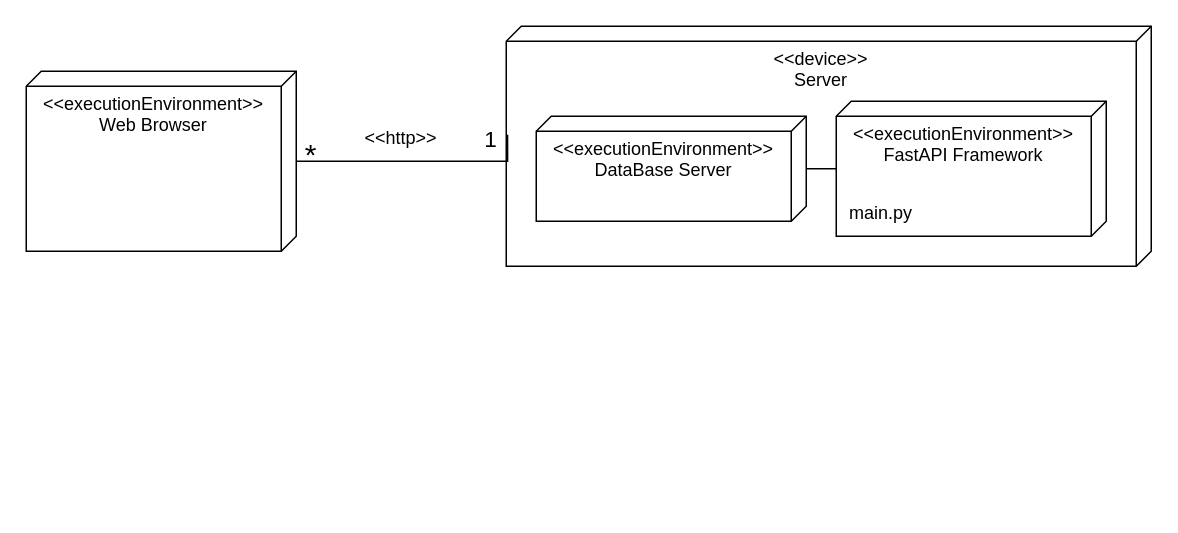
Above: page "развертывания" (10 of 10) of 4 лаба (2).drawio in Encorsio23/OOAPGovorovMikhailitsinMuslimov (draw.io), before the change. Source tidied: cells renumbered, new cells numbered last; positions are measured from the earlier drawing's top-left corner, leaving out a move shared by most shapes. Both pictures are drawn from the tidied source at 150%, with x=0, y=0 at pixel (26, 26).
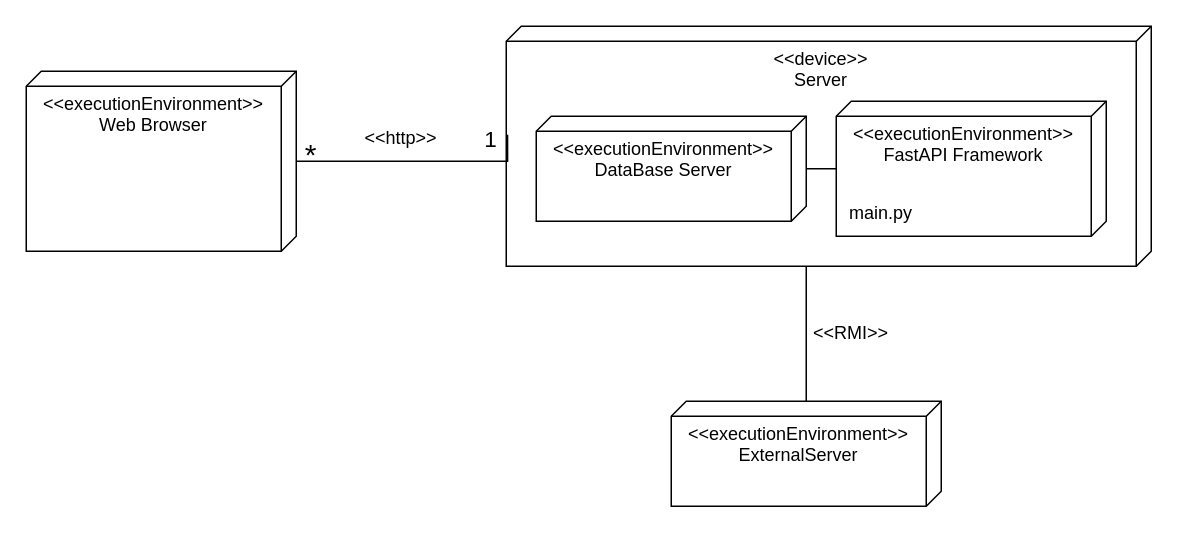
After the change.

Diff of the diagram source:
```diff
@@
 <mxGraphModel>
   <root>
     <mxCell id="0" />
     <mxCell id="1" parent="0" />
     <mxCell id="2" value="&amp;lt;&amp;lt;executionEnvironment&amp;gt;&amp;gt;&lt;br&gt;Web Browser" style="verticalAlign=top;align=center;spacingTop=8;spacingLeft=2;spacingRight=12;shape=cube;size=10;direction=south;fontStyle=0;html=1;whiteSpace=wrap;" parent="1" vertex="1">
       <mxGeometry y="30" width="180" height="120" as="geometry" />
     </mxCell>
     <mxCell id="3" value="&amp;lt;&amp;lt;device&amp;gt;&amp;gt;&lt;br&gt;Server" style="verticalAlign=top;align=center;spacingTop=8;spacingLeft=2;spacingRight=12;shape=cube;size=10;direction=south;fontStyle=0;html=1;whiteSpace=wrap;" parent="1" vertex="1">
       <mxGeometry x="320" width="430" height="160" as="geometry" />
     </mxCell>
     <mxCell id="4" value="&lt;font style=&quot;font-size: 20px;&quot;&gt;*&lt;/font&gt;" style="text;html=1;whiteSpace=wrap;strokeColor=none;fillColor=none;align=center;verticalAlign=middle;rounded=0;" parent="1" vertex="1">
       <mxGeometry x="160" y="70" width="60" height="30" as="geometry" />
     </mxCell>
     <mxCell id="5" value="&lt;font style=&quot;font-size: 15px;&quot;&gt;1&lt;/font&gt;" style="text;html=1;whiteSpace=wrap;strokeColor=none;fillColor=none;align=center;verticalAlign=middle;rounded=0;" parent="1" vertex="1">
       <mxGeometry x="280" y="60" width="60" height="30" as="geometry" />
     </mxCell>
     <mxCell id="6" value="&amp;lt;&amp;lt;http&amp;gt;&amp;gt;" style="text;html=1;whiteSpace=wrap;strokeColor=none;fillColor=none;align=center;verticalAlign=middle;rounded=0;" parent="1" vertex="1">
       <mxGeometry x="220" y="60" width="60" height="30" as="geometry" />
     </mxCell>
     <mxCell id="7" style="edgeStyle=orthogonalEdgeStyle;rounded=0;jettySize=auto;html=1;endArrow=none;endFill=0;" parent="1" edge="1" source="8" target="10">
       <mxGeometry relative="1" as="geometry" />
     </mxCell>
     <mxCell id="8" value="&amp;lt;&amp;lt;executionEnvironment&amp;gt;&amp;gt;&lt;br&gt;DataBase Server" style="verticalAlign=top;align=center;spacingTop=8;spacingLeft=2;spacingRight=12;shape=cube;size=10;direction=south;fontStyle=0;html=1;whiteSpace=wrap;" parent="1" vertex="1">
       <mxGeometry x="340" y="60" width="180" height="70" as="geometry" />
     </mxCell>
     <mxCell id="9" style="edgeStyle=orthogonalEdgeStyle;rounded=0;jettySize=auto;html=1;entryX=0.452;entryY=0.998;entryDx=0;entryDy=0;entryPerimeter=0;shape=wire;dashed=1;endArrow=none;endFill=0;" parent="1" edge="1" source="2" target="3">
       <mxGeometry relative="1" as="geometry">
         <Array as="points">
           <mxPoint x="321" y="90" />
         </Array>
       </mxGeometry>
     </mxCell>
     <mxCell id="10" value="&amp;lt;&amp;lt;executionEnvironment&amp;gt;&amp;gt;&lt;br&gt;FastAPI Framework" style="verticalAlign=top;align=center;spacingTop=8;spacingLeft=2;spacingRight=12;shape=cube;size=10;direction=south;fontStyle=0;html=1;whiteSpace=wrap;" parent="1" vertex="1">
       <mxGeometry x="540" y="50" width="180" height="90" as="geometry" />
     </mxCell>
     <mxCell id="11" value="main.py" style="text;html=1;whiteSpace=wrap;strokeColor=none;fillColor=none;align=center;verticalAlign=middle;rounded=0;" parent="1" vertex="1">
       <mxGeometry x="540" y="110" width="60" height="30" as="geometry" />
     </mxCell>
+    <mxCell id="12" value="&lt;span style=&quot;text-align: left;&quot;&gt;&amp;lt;&amp;lt;&lt;/span&gt;&lt;span style=&quot;color: light-dark(rgb(0, 0, 0), rgb(255, 255, 255)); background-color: transparent;&quot;&gt;executionEnvironment&lt;/span&gt;&lt;span style=&quot;color: light-dark(rgb(0, 0, 0), rgb(255, 255, 255)); text-align: left; background-color: transparent;&quot;&gt;&amp;gt;&amp;gt;&lt;br&gt;ExternalServer&lt;/span&gt;" style="verticalAlign=top;align=center;spacingTop=8;spacingLeft=2;spacingRight=12;shape=cube;size=10;direction=south;fontStyle=0;html=1;whiteSpace=wrap;" parent="1" vertex="1">
+      <mxGeometry x="430" y="250" width="180" height="70" as="geometry" />
+    </mxCell>
+    <mxCell id="13" style="edgeStyle=orthogonalEdgeStyle;rounded=0;jettySize=auto;html=1;endArrow=none;endFill=0;" parent="1" edge="1" source="12" target="3">
+      <mxGeometry relative="1" as="geometry">
+        <Array as="points">
+          <mxPoint x="520" y="180" />
+          <mxPoint x="520" y="180" />
+        </Array>
+      </mxGeometry>
+    </mxCell>
+    <mxCell id="14" value="&amp;lt;&amp;lt;RMI&amp;gt;&amp;gt;" style="text;html=1;whiteSpace=wrap;strokeColor=none;fillColor=none;align=center;verticalAlign=middle;rounded=0;" parent="1" vertex="1">
+      <mxGeometry x="520" y="190" width="60" height="30" as="geometry" />
+    </mxCell>
   </root>
 </mxGraphModel>
```
